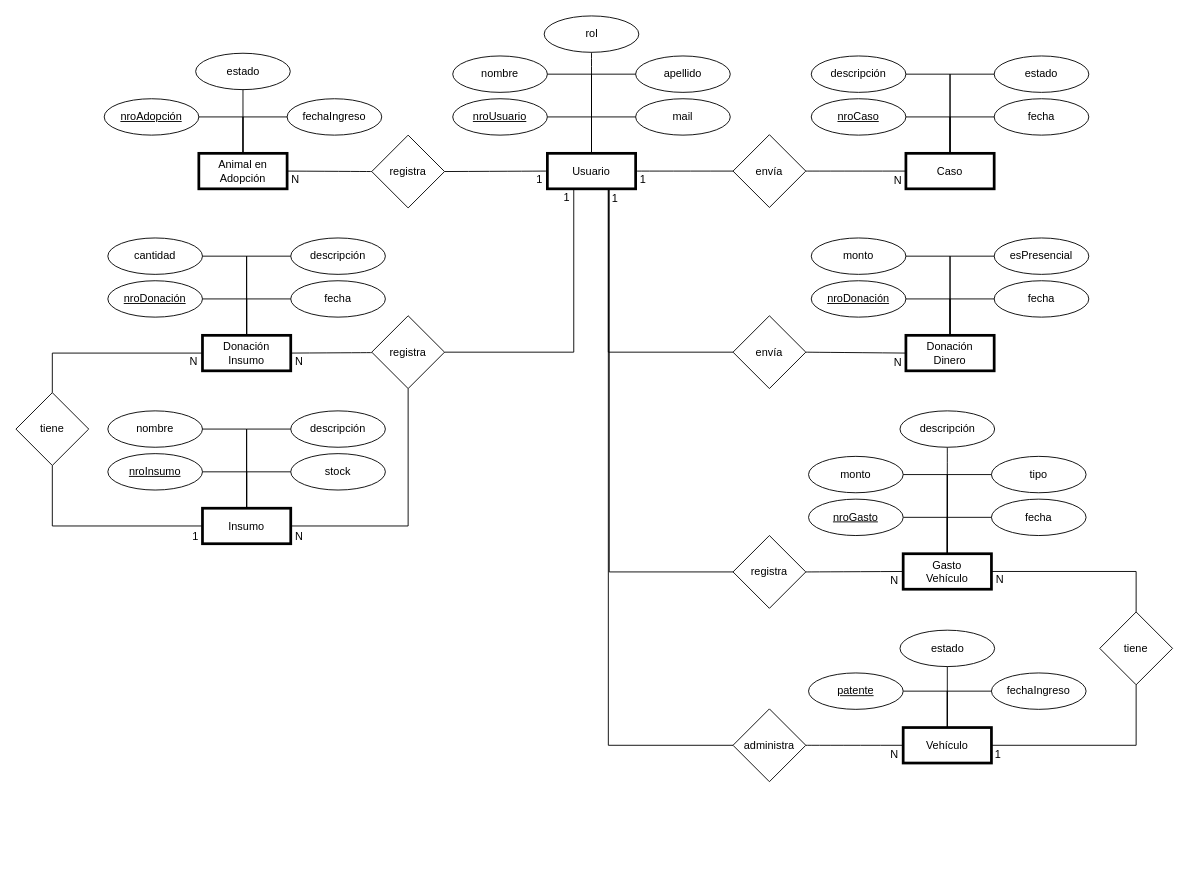
Above: DER RECAM.drawio in franualba/diagrams (draw.io), before the change. Source tidied: cells renumbered, new cells numbered last; positions are measured from the earlier drawing's top-left corner, leaving out a move shared by most shapes. Both pictures are drawn from the tidied source at 91%, with x=0, y=0 at pixel (15, 15).
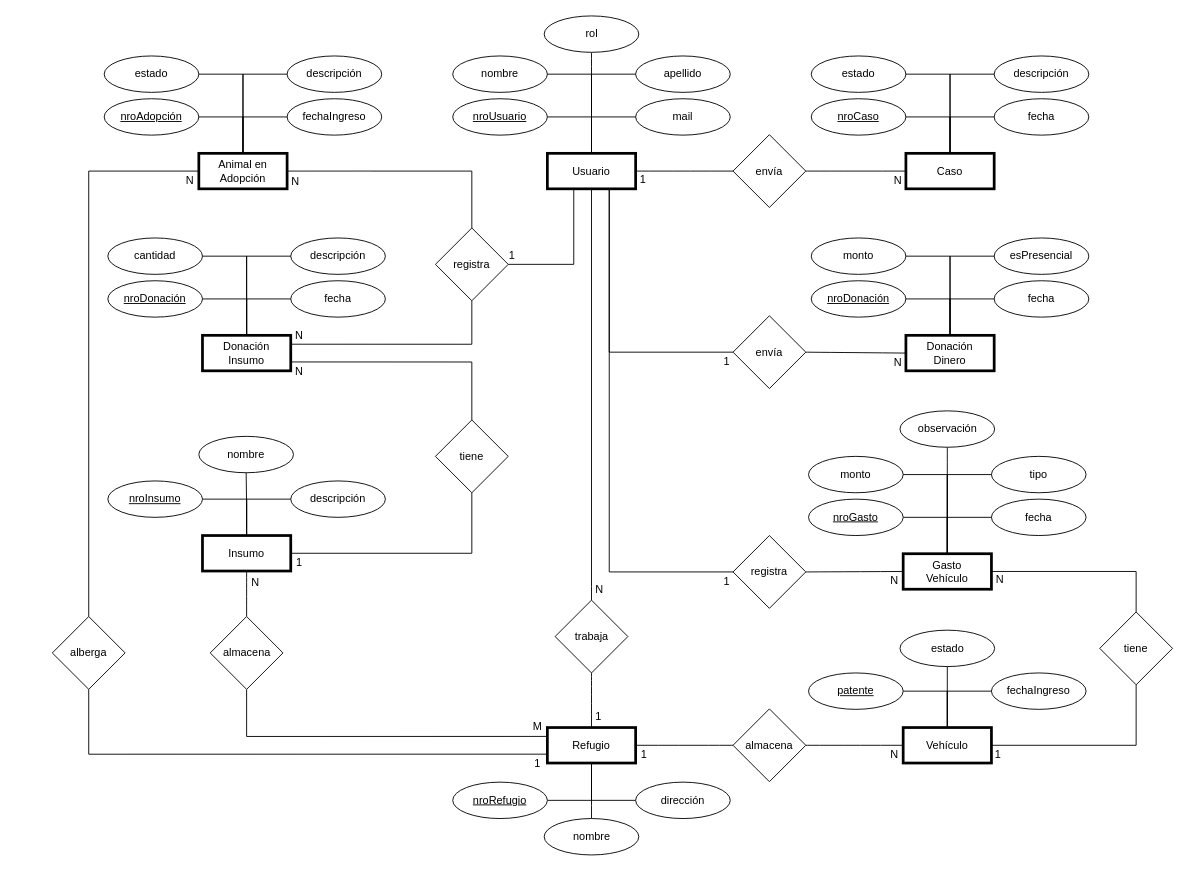
The same page after the edit.

Unchanged cells that the change refers to:
```xml
<mxCell id="14" value="Usuario" style="rounded=0;whiteSpace=wrap;html=1;strokeWidth=3;" parent="1" vertex="1">
  <mxGeometry x="584" y="151" width="97" height="39" as="geometry" />
</mxCell>
<mxCell id="30" value="&lt;div&gt;Animal en Adopción&lt;/div&gt;" style="rounded=0;whiteSpace=wrap;html=1;strokeWidth=3;" parent="1" vertex="1">
  <mxGeometry x="201" y="151" width="97" height="39" as="geometry" />
</mxCell>
<mxCell id="54" value="&lt;div&gt;Donación&lt;/div&gt;&lt;div&gt;Insumo&lt;br&gt;&lt;/div&gt;" style="rounded=0;whiteSpace=wrap;html=1;strokeWidth=3;" parent="1" vertex="1">
  <mxGeometry x="205" y="351" width="97" height="39" as="geometry" />
</mxCell>
<mxCell id="92" value="envía" style="rhombus;whiteSpace=wrap;html=1;" parent="1" vertex="1">
  <mxGeometry x="788" y="329.5" width="80" height="80" as="geometry" />
</mxCell>
```

Change to the diagram source:
```diff
@@
-    <mxCell id="5" style="edgeStyle=none;curved=1;rounded=0;jettySize=auto;html=1;exitX=0;exitY=0.5;exitDx=0;exitDy=0;entryX=1;entryY=0.5;entryDx=0;entryDy=0;fontSize=12;startSize=8;endSize=8;endArrow=none;endFill=0;" parent="1" edge="1" source="14" target="89">
-      <mxGeometry relative="1" as="geometry" />
+    <mxCell id="5" style="edgeStyle=none;curved=1;rounded=0;jettySize=auto;html=1;exitX=0;exitY=0.5;exitDx=0;exitDy=0;entryX=1;entryY=0.5;entryDx=0;entryDy=0;fontSize=12;startSize=8;endSize=8;endArrow=none;endFill=0;strokeColor=#FFFFFF;" parent="1" edge="1" source="14">
+      <mxGeometry relative="1" as="geometry">
+        <mxPoint x="471" y="171" as="targetPoint" />
+      </mxGeometry>
     </mxCell>
     <mxCell id="6" value="1" style="edgeLabel;html=1;align=center;verticalAlign=middle;fontSize=12;" parent="5" vertex="1">
       <mxGeometry x="0.04" y="-2" relative="1" as="geometry">
-        <mxPoint x="50" y="11" as="offset" />
+        <mxPoint x="20" y="95" as="offset" />
       </mxGeometry>
     </mxCell>
-    <mxCell id="7" value="1" style="edgeLabel;html=1;align=center;verticalAlign=middle;fontSize=12;" parent="5" vertex="1">
-      <mxGeometry x="0.04" y="-2" relative="1" as="geometry">
-        <mxPoint x="80" y="31" as="offset" />
-      </mxGeometry>
-    </mxCell>
     <mxCell id="8" value="1" style="edgeLabel;html=1;align=center;verticalAlign=middle;fontSize=12;" parent="5" vertex="1">
       <mxGeometry x="0.04" y="-2" relative="1" as="geometry">
-        <mxPoint x="133" y="32" as="offset" />
+        <mxPoint x="256" y="211" as="offset" />
       </mxGeometry>
     </mxCell>
     <mxCell id="9" value="N" style="edgeLabel;html=1;align=center;verticalAlign=middle;fontSize=12;" parent="5" vertex="1">
       <mxGeometry x="0.04" y="-2" relative="1" as="geometry">
-        <mxPoint x="-330" y="211" as="offset" />
+        <mxPoint x="-214" y="222" as="offset" />
       </mxGeometry>
     </mxCell>
     <mxCell id="10" value="1" style="edgeLabel;html=1;align=center;verticalAlign=middle;fontSize=12;" parent="5" vertex="1">
       <mxGeometry x="0.04" y="-2" relative="1" as="geometry">
-        <mxPoint x="-328" y="403" as="offset" />
+        <mxPoint x="-214" y="432" as="offset" />
       </mxGeometry>
     </mxCell>
@@
+    <mxCell id="114" value="1" style="edgeLabel;html=1;align=center;verticalAlign=middle;fontSize=12;" parent="5" vertex="1">
+      <mxGeometry x="0.04" y="-2" relative="1" as="geometry">
+        <mxPoint x="115" y="601" as="offset" />
+      </mxGeometry>
+    </mxCell>
+    <mxCell id="115" value="1" style="edgeLabel;html=1;align=center;verticalAlign=middle;fontSize=12;" parent="5" vertex="1">
+      <mxGeometry x="0.04" y="-2" relative="1" as="geometry">
+        <mxPoint x="256" y="453" as="offset" />
+      </mxGeometry>
+    </mxCell>
+    <mxCell id="116" value="M" style="edgeLabel;html=1;align=center;verticalAlign=middle;fontSize=12;" parent="5" vertex="1">
+      <mxGeometry x="0.04" y="-2" relative="1" as="geometry">
+        <mxPoint x="48" y="612" as="offset" />
+      </mxGeometry>
+    </mxCell>
+    <mxCell id="117" value="1" style="edgeLabel;html=1;align=center;verticalAlign=middle;fontSize=12;" parent="5" vertex="1">
+      <mxGeometry x="0.04" y="-2" relative="1" as="geometry">
+        <mxPoint x="48" y="653" as="offset" />
+      </mxGeometry>
+    </mxCell>
     <mxCell id="12" style="edgeStyle=orthogonalEdgeStyle;rounded=0;jettySize=auto;html=1;exitX=0.5;exitY=1;exitDx=0;exitDy=0;entryX=0;entryY=0.5;entryDx=0;entryDy=0;fontSize=12;startSize=8;endSize=8;endArrow=none;endFill=0;" parent="1" edge="1" source="14" target="92">
       <mxGeometry relative="1" as="geometry">
         <Array as="points">
-          <mxPoint x="651" y="190" />
-          <mxPoint x="651" y="370" />
+          <mxPoint x="652" y="190" />
+          <mxPoint x="652" y="369" />
         </Array>
       </mxGeometry>
     </mxCell>
@@
+    <mxCell id="118" style="edgeStyle=orthogonalEdgeStyle;rounded=0;jettySize=auto;html=1;exitX=0.5;exitY=1;exitDx=0;exitDy=0;entryX=0.5;entryY=0;entryDx=0;entryDy=0;fontSize=12;startSize=8;endSize=8;endArrow=none;endFill=0;" parent="1" edge="1" source="14" target="135">
+      <mxGeometry relative="1" as="geometry">
+        <Array as="points">
+          <mxPoint x="633" y="627" />
+          <mxPoint x="633" y="627" />
+        </Array>
+      </mxGeometry>
+    </mxCell>
@@
-    <mxCell id="24" value="descripción" style="ellipse;whiteSpace=wrap;html=1;" parent="1" vertex="1">
+    <mxCell id="24" value="estado" style="ellipse;whiteSpace=wrap;html=1;" parent="1" vertex="1">
       <mxGeometry x="874" y="44" width="104" height="40" as="geometry" />
     </mxCell>
@@
+    <mxCell id="119" style="edgeStyle=orthogonalEdgeStyle;rounded=0;jettySize=auto;html=1;exitX=0.5;exitY=0;exitDx=0;exitDy=0;entryX=0;entryY=0.5;entryDx=0;entryDy=0;fontSize=12;startSize=8;endSize=8;endArrow=none;endFill=0;" parent="1" edge="1" source="30" target="136">
+      <mxGeometry relative="1" as="geometry" />
+    </mxCell>
+    <mxCell id="120" style="edgeStyle=orthogonalEdgeStyle;rounded=0;jettySize=auto;html=1;exitX=1;exitY=0.5;exitDx=0;exitDy=0;entryX=0.5;entryY=0;entryDx=0;entryDy=0;fontSize=12;startSize=8;endSize=8;endArrow=none;endFill=0;" parent="1" edge="1" source="30" target="90">
+      <mxGeometry relative="1" as="geometry" />
+    </mxCell>
@@
-    <mxCell id="44" style="edgeStyle=orthogonalEdgeStyle;rounded=0;jettySize=auto;html=1;exitX=1;exitY=0.5;exitDx=0;exitDy=0;entryX=0.5;entryY=1;entryDx=0;entryDy=0;fontSize=12;startSize=8;endSize=8;endArrow=none;endFill=0;" parent="1" edge="1" source="45" target="90">
-      <mxGeometry relative="1" as="geometry" />
-    </mxCell>
+    <mxCell id="121" style="edgeStyle=none;curved=1;rounded=0;jettySize=auto;html=1;exitX=0.5;exitY=1;exitDx=0;exitDy=0;entryX=0.5;entryY=0;entryDx=0;entryDy=0;fontSize=12;startSize=8;endSize=8;endArrow=none;endFill=0;" parent="1" edge="1" source="45" target="138">
+      <mxGeometry relative="1" as="geometry" />
+    </mxCell>
     <mxCell id="45" value="Insumo" style="rounded=0;whiteSpace=wrap;html=1;strokeWidth=3;" parent="1" vertex="1">
-      <mxGeometry x="205" y="541" width="97" height="39" as="geometry" />
+      <mxGeometry x="205" y="571" width="97" height="39" as="geometry" />
     </mxCell>
     <mxCell id="46" value="nombre" style="ellipse;whiteSpace=wrap;html=1;" parent="1" vertex="1">
-      <mxGeometry x="101" y="434" width="104" height="40" as="geometry" />
+      <mxGeometry x="201" y="462" width="104" height="40" as="geometry" />
     </mxCell>
     <mxCell id="47" value="&lt;u&gt;nroInsumo&lt;/u&gt;" style="ellipse;whiteSpace=wrap;html=1;" parent="1" vertex="1">
-      <mxGeometry x="101" y="481" width="104" height="40" as="geometry" />
+      <mxGeometry x="101" y="511" width="104" height="40" as="geometry" />
     </mxCell>
     <mxCell id="48" value="descripción" style="ellipse;whiteSpace=wrap;html=1;" parent="1" vertex="1">
-      <mxGeometry x="302" y="434" width="104" height="40" as="geometry" />
+      <mxGeometry x="302" y="511" width="104" height="40" as="geometry" />
     </mxCell>
-    <mxCell id="49" value="stock" style="ellipse;whiteSpace=wrap;html=1;" parent="1" vertex="1">
-      <mxGeometry x="302" y="481" width="104" height="40" as="geometry" />
-    </mxCell>
-    <mxCell id="50" style="edgeStyle=orthogonalEdgeStyle;rounded=0;jettySize=auto;html=1;exitX=0.5;exitY=0;exitDx=0;exitDy=0;entryX=1;entryY=0.5;entryDx=0;entryDy=0;fontSize=12;startSize=8;endSize=8;endArrow=none;endFill=0;" parent="1" edge="1" source="45" target="46">
+    <mxCell id="50" style="edgeStyle=orthogonalEdgeStyle;rounded=0;jettySize=auto;html=1;exitX=0.5;exitY=0;exitDx=0;exitDy=0;entryX=0.5;entryY=1;entryDx=0;entryDy=0;fontSize=12;startSize=8;endSize=8;endArrow=none;endFill=0;" parent="1" edge="1" source="45" target="46">
       <mxGeometry relative="1" as="geometry" />
     </mxCell>
@@
-    <mxCell id="52" style="edgeStyle=orthogonalEdgeStyle;rounded=0;jettySize=auto;html=1;exitX=0;exitY=0.5;exitDx=0;exitDy=0;entryX=0.5;entryY=0;entryDx=0;entryDy=0;fontSize=12;startSize=8;endSize=8;endArrow=none;endFill=0;" parent="1" edge="1" source="49" target="45">
-      <mxGeometry relative="1" as="geometry" />
-    </mxCell>
@@
-    <mxCell id="81" style="edgeStyle=none;curved=1;rounded=0;jettySize=auto;html=1;exitX=0;exitY=0.5;exitDx=0;exitDy=0;entryX=1;entryY=0.5;entryDx=0;entryDy=0;fontSize=12;startSize=8;endSize=8;endArrow=none;endFill=0;" parent="1" edge="1" source="89" target="30">
-      <mxGeometry relative="1" as="geometry" />
+    <mxCell id="81" style="edgeStyle=none;curved=1;rounded=0;jettySize=auto;html=1;exitX=0;exitY=0.5;exitDx=0;exitDy=0;entryX=1;entryY=0.5;entryDx=0;entryDy=0;fontSize=12;startSize=8;endSize=8;endArrow=none;endFill=0;strokeColor=#FFFFFF;strokeWidth=0;" parent="1" edge="1" target="30">
+      <mxGeometry relative="1" as="geometry">
+        <mxPoint x="391" y="171" as="sourcePoint" />
+      </mxGeometry>
     </mxCell>
     <mxCell id="82" value="N" style="edgeLabel;html=1;align=center;verticalAlign=middle;fontSize=12;" parent="81" vertex="1">
       <mxGeometry x="-0.03" y="-2" relative="1" as="geometry">
-        <mxPoint x="-40" y="11" as="offset" />
+        <mxPoint x="-40" y="13" as="offset" />
       </mxGeometry>
     </mxCell>
     <mxCell id="83" value="N" style="edgeLabel;html=1;align=center;verticalAlign=middle;fontSize=12;" parent="81" vertex="1">
       <mxGeometry x="-0.03" y="-2" relative="1" as="geometry">
-        <mxPoint x="-36" y="211" as="offset" />
+        <mxPoint x="-36" y="183" as="offset" />
       </mxGeometry>
     </mxCell>
-    <mxCell id="84" value="N" style="edgeLabel;html=1;align=center;verticalAlign=middle;fontSize=12;" parent="81" vertex="1">
-      <mxGeometry x="-0.03" y="-2" relative="1" as="geometry">
-        <mxPoint x="-36" y="403" as="offset" />
-      </mxGeometry>
-    </mxCell>
@@
-    <mxCell id="89" value="registra" style="rhombus;whiteSpace=wrap;html=1;" parent="1" vertex="1">
-      <mxGeometry x="391" y="131" width="80" height="80" as="geometry" />
-    </mxCell>
+    <mxCell id="122" value="1" style="edgeLabel;html=1;align=center;verticalAlign=middle;fontSize=12;" parent="81" vertex="1">
+      <mxGeometry x="-0.03" y="-2" relative="1" as="geometry">
+        <mxPoint x="343" y="643" as="offset" />
+      </mxGeometry>
+    </mxCell>
+    <mxCell id="123" value="N" style="edgeLabel;html=1;align=center;verticalAlign=middle;fontSize=12;" parent="81" vertex="1">
+      <mxGeometry x="-0.03" y="-2" relative="1" as="geometry">
+        <mxPoint x="294" y="462" as="offset" />
+      </mxGeometry>
+    </mxCell>
+    <mxCell id="124" value="N" style="edgeLabel;html=1;align=center;verticalAlign=middle;fontSize=12;" parent="81" vertex="1">
+      <mxGeometry x="-0.03" y="-2" relative="1" as="geometry">
+        <mxPoint x="-84" y="454" as="offset" />
+      </mxGeometry>
+    </mxCell>
+    <mxCell id="125" value="N" style="edgeLabel;html=1;align=center;verticalAlign=middle;fontSize=12;" parent="81" vertex="1">
+      <mxGeometry x="-0.03" y="-2" relative="1" as="geometry">
+        <mxPoint x="-156" y="12" as="offset" />
+      </mxGeometry>
+    </mxCell>
     <mxCell id="90" value="registra" style="rhombus;whiteSpace=wrap;html=1;" parent="1" vertex="1">
-      <mxGeometry x="391" y="329.5" width="80" height="80" as="geometry" />
+      <mxGeometry x="461" y="233" width="80" height="80" as="geometry" />
     </mxCell>
@@
-    <mxCell id="93" style="edgeStyle=none;curved=1;rounded=0;jettySize=auto;html=1;exitX=0;exitY=0.5;exitDx=0;exitDy=0;fontSize=12;startSize=8;endSize=8;endArrow=none;endFill=0;entryX=1;entryY=0.5;entryDx=0;entryDy=0;" parent="1" edge="1" target="54">
+    <mxCell id="93" style="edgeStyle=orthogonalEdgeStyle;rounded=0;jettySize=auto;html=1;exitX=0.5;exitY=1;exitDx=0;exitDy=0;fontSize=12;startSize=8;endSize=8;endArrow=none;endFill=0;entryX=1;entryY=0.25;entryDx=0;entryDy=0;" parent="1" edge="1" source="90" target="54">
       <mxGeometry relative="1" as="geometry">
-        <mxPoint x="391" y="370" as="sourcePoint" />
+        <Array as="points">
+          <mxPoint x="501" y="361" />
+        </Array>
       </mxGeometry>
     </mxCell>
     <mxCell id="94" style="edgeStyle=orthogonalEdgeStyle;rounded=0;jettySize=auto;html=1;exitX=0.5;exitY=1;exitDx=0;exitDy=0;entryX=1;entryY=0.5;entryDx=0;entryDy=0;fontSize=12;startSize=8;endSize=8;endArrow=none;endFill=0;" parent="1" edge="1" source="14" target="90">
       <mxGeometry relative="1" as="geometry">
         <Array as="points">
           <mxPoint x="613" y="190" />
-          <mxPoint x="613" y="370" />
+          <mxPoint x="613" y="273" />
         </Array>
       </mxGeometry>
     </mxCell>
@@
-    <mxCell id="97" value="estado" style="ellipse;whiteSpace=wrap;html=1;" parent="1" vertex="1">
+    <mxCell id="97" value="descripción" style="ellipse;whiteSpace=wrap;html=1;" parent="1" vertex="1">
       <mxGeometry x="1075" y="44" width="104" height="40" as="geometry" />
     </mxCell>
@@
     <mxCell id="99" value="estado" style="ellipse;whiteSpace=wrap;html=1;" parent="1" vertex="1">
-      <mxGeometry x="197.5" y="41" width="104" height="40" as="geometry" />
+      <mxGeometry x="97" y="44" width="104" height="40" as="geometry" />
     </mxCell>
-    <mxCell id="100" style="edgeStyle=orthogonalEdgeStyle;rounded=0;jettySize=auto;html=1;exitX=0.5;exitY=0;exitDx=0;exitDy=0;entryX=0.5;entryY=1;entryDx=0;entryDy=0;fontSize=12;startSize=8;endSize=8;endArrow=none;endFill=0;" parent="1" edge="1" source="30" target="99">
+    <mxCell id="100" style="edgeStyle=orthogonalEdgeStyle;rounded=0;jettySize=auto;html=1;exitX=0.5;exitY=0;exitDx=0;exitDy=0;entryX=1;entryY=0.5;entryDx=0;entryDy=0;fontSize=12;startSize=8;endSize=8;endArrow=none;endFill=0;" parent="1" edge="1" source="30" target="99">
       <mxGeometry relative="1" as="geometry" />
     </mxCell>
-    <mxCell id="101" style="edgeStyle=orthogonalEdgeStyle;rounded=0;jettySize=auto;html=1;exitX=0.5;exitY=0;exitDx=0;exitDy=0;entryX=0;entryY=0.5;entryDx=0;entryDy=0;fontSize=12;startSize=8;endSize=8;endArrow=none;endFill=0;" parent="1" edge="1" source="103" target="54">
+    <mxCell id="101" style="edgeStyle=orthogonalEdgeStyle;rounded=0;jettySize=auto;html=1;exitX=0.5;exitY=0;exitDx=0;exitDy=0;entryX=1;entryY=0.75;entryDx=0;entryDy=0;fontSize=12;startSize=8;endSize=8;endArrow=none;endFill=0;" parent="1" edge="1" source="103" target="54">
       <mxGeometry relative="1" as="geometry" />
     </mxCell>
-    <mxCell id="102" style="edgeStyle=orthogonalEdgeStyle;rounded=0;jettySize=auto;html=1;exitX=0.5;exitY=1;exitDx=0;exitDy=0;entryX=0;entryY=0.5;entryDx=0;entryDy=0;fontSize=12;startSize=8;endSize=8;endArrow=none;endFill=0;" parent="1" edge="1" source="103" target="45">
+    <mxCell id="102" style="edgeStyle=orthogonalEdgeStyle;rounded=0;jettySize=auto;html=1;exitX=0.5;exitY=1;exitDx=0;exitDy=0;entryX=1;entryY=0.5;entryDx=0;entryDy=0;fontSize=12;startSize=8;endSize=8;endArrow=none;endFill=0;" parent="1" edge="1" source="103" target="45">
       <mxGeometry relative="1" as="geometry" />
     </mxCell>
     <mxCell id="103" value="tiene" style="rhombus;whiteSpace=wrap;html=1;" parent="1" vertex="1">
-      <mxGeometry y="414" width="80" height="80" as="geometry" />
+      <mxGeometry x="461" y="444" width="80" height="80" as="geometry" />
     </mxCell>
@@
-    <mxCell id="105" value="descripción" style="ellipse;whiteSpace=wrap;html=1;" parent="1" vertex="1">
+    <mxCell id="105" value="observación" style="ellipse;whiteSpace=wrap;html=1;" parent="1" vertex="1">
       <mxGeometry x="971.5" y="434" width="104" height="40" as="geometry" />
     </mxCell>
@@
+    <mxCell id="126" style="edgeStyle=none;curved=1;rounded=0;jettySize=auto;html=1;exitX=0;exitY=0.5;exitDx=0;exitDy=0;fontSize=12;startSize=8;endSize=8;endArrow=none;endFill=0;" parent="1" edge="1" source="112" target="130">
+      <mxGeometry relative="1" as="geometry" />
+    </mxCell>
-    <mxCell id="112" value="administra" style="rhombus;whiteSpace=wrap;html=1;" parent="1" vertex="1">
+    <mxCell id="112" value="almacena" style="rhombus;whiteSpace=wrap;html=1;" parent="1" vertex="1">
       <mxGeometry x="788" y="761.5" width="80" height="80" as="geometry" />
     </mxCell>
-    <mxCell id="113" style="edgeStyle=orthogonalEdgeStyle;rounded=0;jettySize=auto;html=1;exitX=0.5;exitY=1;exitDx=0;exitDy=0;entryX=0;entryY=0.5;entryDx=0;entryDy=0;fontSize=12;startSize=8;endSize=8;endArrow=none;endFill=0;" parent="1" edge="1" source="14" target="112">
-      <mxGeometry relative="1" as="geometry">
-        <Array as="points">
-          <mxPoint x="651" y="190" />
-          <mxPoint x="651" y="802" />
-        </Array>
-      </mxGeometry>
-    </mxCell>
+    <mxCell id="127" style="edgeStyle=none;curved=1;rounded=0;jettySize=auto;html=1;exitX=0.5;exitY=1;exitDx=0;exitDy=0;entryX=0.5;entryY=0;entryDx=0;entryDy=0;fontSize=12;startSize=8;endSize=8;endArrow=none;endFill=0;" parent="1" edge="1" source="130" target="133">
+      <mxGeometry relative="1" as="geometry" />
+    </mxCell>
+    <mxCell id="128" style="edgeStyle=orthogonalEdgeStyle;rounded=0;jettySize=auto;html=1;exitX=0.5;exitY=1;exitDx=0;exitDy=0;entryX=1;entryY=0.5;entryDx=0;entryDy=0;fontSize=12;startSize=8;endSize=8;endArrow=none;endFill=0;" parent="1" edge="1" source="130" target="131">
+      <mxGeometry relative="1" as="geometry" />
+    </mxCell>
+    <mxCell id="129" style="edgeStyle=orthogonalEdgeStyle;rounded=0;jettySize=auto;html=1;exitX=0.5;exitY=1;exitDx=0;exitDy=0;entryX=0;entryY=0.5;entryDx=0;entryDy=0;fontSize=12;startSize=8;endSize=8;endArrow=none;endFill=0;" parent="1" edge="1" source="130" target="132">
+      <mxGeometry relative="1" as="geometry" />
+    </mxCell>
+    <mxCell id="130" value="Refugio" style="rounded=0;whiteSpace=wrap;html=1;strokeWidth=3;" parent="1" vertex="1">
+      <mxGeometry x="584" y="782" width="97" height="39" as="geometry" />
+    </mxCell>
+    <mxCell id="131" value="&lt;u&gt;nroRefugio&lt;/u&gt;" style="ellipse;whiteSpace=wrap;html=1;" parent="1" vertex="1">
+      <mxGeometry x="480" y="842" width="104" height="40" as="geometry" />
+    </mxCell>
+    <mxCell id="132" value="dirección" style="ellipse;whiteSpace=wrap;html=1;" parent="1" vertex="1">
+      <mxGeometry x="681" y="842" width="104" height="40" as="geometry" />
+    </mxCell>
+    <mxCell id="133" value="nombre" style="ellipse;whiteSpace=wrap;html=1;" parent="1" vertex="1">
+      <mxGeometry x="580.5" y="882" width="104" height="40" as="geometry" />
+    </mxCell>
+    <mxCell id="134" style="edgeStyle=none;curved=1;rounded=0;jettySize=auto;html=1;exitX=0.5;exitY=1;exitDx=0;exitDy=0;entryX=0.5;entryY=0;entryDx=0;entryDy=0;fontSize=12;startSize=8;endSize=8;endArrow=none;endFill=0;" parent="1" edge="1" source="135" target="130">
+      <mxGeometry relative="1" as="geometry" />
+    </mxCell>
+    <mxCell id="135" value="trabaja" style="rhombus;whiteSpace=wrap;html=1;" parent="1" vertex="1">
+      <mxGeometry x="592.5" y="642" width="80" height="80" as="geometry" />
+    </mxCell>
+    <mxCell id="136" value="descripción" style="ellipse;whiteSpace=wrap;html=1;" parent="1" vertex="1">
+      <mxGeometry x="298" y="44" width="104" height="40" as="geometry" />
+    </mxCell>
+    <mxCell id="137" style="edgeStyle=orthogonalEdgeStyle;rounded=0;jettySize=auto;html=1;exitX=0.5;exitY=1;exitDx=0;exitDy=0;entryX=0;entryY=0.25;entryDx=0;entryDy=0;fontSize=12;startSize=8;endSize=8;endArrow=none;endFill=0;" parent="1" edge="1" source="138" target="130">
+      <mxGeometry relative="1" as="geometry" />
+    </mxCell>
+    <mxCell id="138" value="almacena" style="rhombus;whiteSpace=wrap;html=1;" parent="1" vertex="1">
+      <mxGeometry x="213.5" y="660" width="80" height="80" as="geometry" />
+    </mxCell>
+    <mxCell id="139" style="edgeStyle=none;curved=1;rounded=0;orthogonalLoop=1;jettySize=auto;html=1;exitX=0.5;exitY=0;exitDx=0;exitDy=0;fontSize=12;startSize=8;endSize=8;" parent="1" edge="1" source="90" target="90">
+      <mxGeometry relative="1" as="geometry" />
+    </mxCell>
+    <mxCell id="140" style="edgeStyle=orthogonalEdgeStyle;rounded=0;jettySize=auto;html=1;exitX=0.5;exitY=1;exitDx=0;exitDy=0;entryX=0;entryY=0.75;entryDx=0;entryDy=0;fontSize=12;startSize=8;endSize=8;endArrow=none;endFill=0;" parent="1" edge="1" source="142" target="130">
+      <mxGeometry relative="1" as="geometry" />
+    </mxCell>
+    <mxCell id="141" style="edgeStyle=orthogonalEdgeStyle;rounded=0;jettySize=auto;html=1;exitX=0.5;exitY=0;exitDx=0;exitDy=0;entryX=0;entryY=0.5;entryDx=0;entryDy=0;fontSize=12;startSize=8;endSize=8;endArrow=none;endFill=0;" parent="1" edge="1" source="142" target="30">
+      <mxGeometry relative="1" as="geometry" />
+    </mxCell>
+    <mxCell id="142" value="alberga" style="rhombus;whiteSpace=wrap;html=1;" parent="1" vertex="1">
+      <mxGeometry x="40" y="660" width="80" height="80" as="geometry" />
+    </mxCell>
```
